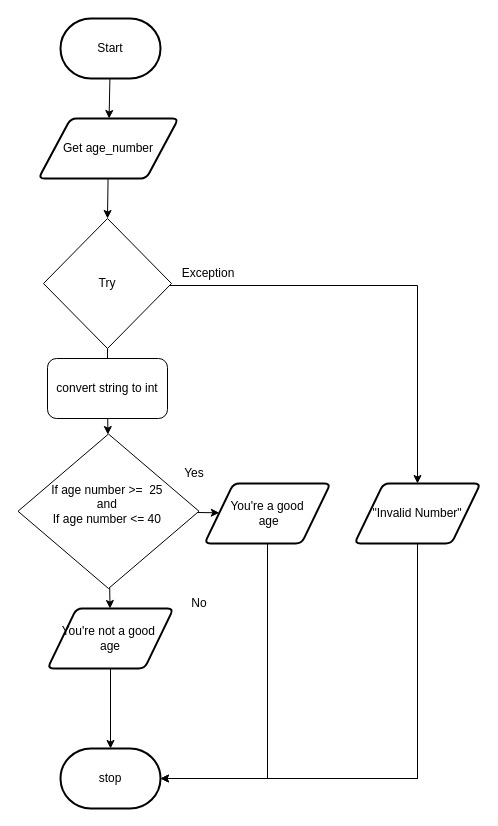
Before: FlowChart3-07FIXED.Drawio in JacksonNaufal/ICS3U-Unit3-07-Python, a draw.io diagram. Source tidied: cells renumbered, new cells numbered last; positions are measured from the earlier drawing's top-left corner, leaving out a move shared by most shapes. Both pictures are drawn from the tidied source at 100%, with x=0, y=0 at pixel (18, 18).
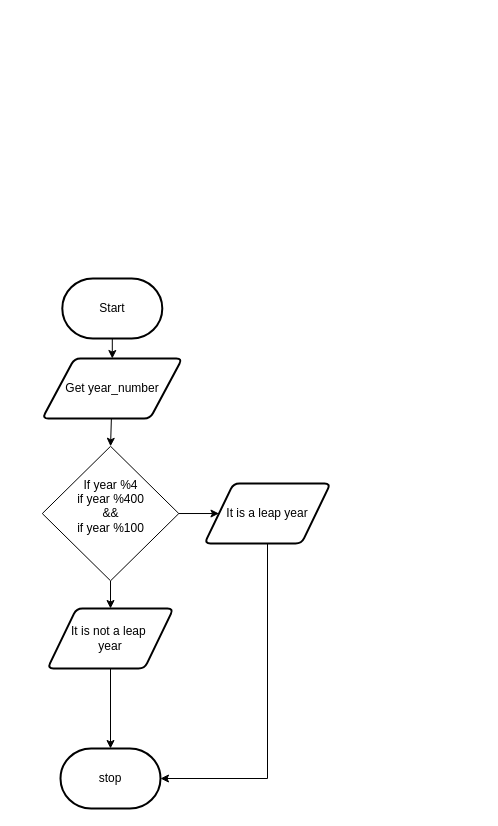
Above is the later version.

Commit message (it also covers changes not shown here):
got rid of uselesss file

Unchanged cells that the change refers to:
```xml
<mxCell id="9" value="stop" style="strokeWidth=2;html=1;shape=mxgraph.flowchart.terminator;whiteSpace=wrap;rounded=1;" parent="1" vertex="1">
  <mxGeometry x="42" y="730" width="100" height="60" as="geometry" />
</mxCell>
```

What changed in the source:
```diff
@@
     <mxCell id="3" value="Start" style="strokeWidth=2;html=1;shape=mxgraph.flowchart.terminator;whiteSpace=wrap;" parent="1" vertex="1">
-      <mxGeometry x="42" width="100" height="60" as="geometry" />
+      <mxGeometry x="43.8" y="260" width="100" height="60" as="geometry" />
     </mxCell>
-    <mxCell id="4" style="edgeStyle=none;html=1;entryX=0.5;entryY=0;entryDx=0;entryDy=0;" parent="1" edge="1" source="5" target="19">
-      <mxGeometry relative="1" as="geometry" />
-    </mxCell>
+    <mxCell id="25" style="edgeStyle=none;html=1;entryX=0.5;entryY=0;entryDx=0;entryDy=0;" parent="1" edge="1" source="5" target="12">
+      <mxGeometry relative="1" as="geometry" />
+    </mxCell>
-    <mxCell id="5" value="Get age_number" style="shape=parallelogram;html=1;strokeWidth=2;perimeter=parallelogramPerimeter;whiteSpace=wrap;rounded=1;arcSize=12;size=0.23;" parent="1" vertex="1">
-      <mxGeometry x="20" y="100" width="140" height="60" as="geometry" />
+    <mxCell id="5" value="Get year_number" style="shape=parallelogram;html=1;strokeWidth=2;perimeter=parallelogramPerimeter;whiteSpace=wrap;rounded=1;arcSize=12;size=0.23;" parent="1" vertex="1">
+      <mxGeometry x="23.8" y="340" width="140" height="60" as="geometry" />
     </mxCell>
@@
-    <mxCell id="8" value="You're not a good&amp;nbsp;&lt;br&gt;age" style="shape=parallelogram;html=1;strokeWidth=2;perimeter=parallelogramPerimeter;whiteSpace=wrap;rounded=1;arcSize=12;size=0.23;" parent="1" vertex="1">
+    <mxCell id="8" value="It is not a leap&amp;nbsp;&lt;br&gt;year" style="shape=parallelogram;html=1;strokeWidth=2;perimeter=parallelogramPerimeter;whiteSpace=wrap;rounded=1;arcSize=12;size=0.23;" parent="1" vertex="1">
       <mxGeometry x="29" y="590" width="126" height="60" as="geometry" />
     </mxCell>
@@
-    <mxCell id="12" value="If age number &amp;gt;=&amp;nbsp; 25&amp;nbsp;&lt;br&gt;and&amp;nbsp;&lt;br&gt;If age number &amp;lt;= 40&amp;nbsp;&lt;br&gt;&amp;nbsp;" style="rhombus;whiteSpace=wrap;html=1;" parent="1" vertex="1">
-      <mxGeometry x="-0.5" y="415.5" width="181" height="154.5" as="geometry" />
+    <mxCell id="12" value="&lt;br&gt;If year %4&lt;br&gt;if year %400&lt;br&gt;&amp;amp;&amp;amp;&lt;br&gt;if year %100&lt;br&gt;&lt;br&gt;&amp;nbsp;" style="rhombus;whiteSpace=wrap;html=1;" parent="1" vertex="1">
+      <mxGeometry x="23.8" y="427.8" width="136.5" height="134.5" as="geometry" />
     </mxCell>
-    <mxCell id="13" value="No" style="text;html=1;strokeColor=none;fillColor=none;align=center;verticalAlign=middle;whiteSpace=wrap;rounded=0;fontSize=12;" parent="1" vertex="1">
-      <mxGeometry x="151" y="570" width="60" height="30" as="geometry" />
-    </mxCell>
-    <mxCell id="14" value="Yes" style="text;html=1;strokeColor=none;fillColor=none;align=center;verticalAlign=middle;whiteSpace=wrap;rounded=0;fontSize=12;" parent="1" vertex="1">
-      <mxGeometry x="146" y="440" width="60" height="30" as="geometry" />
-    </mxCell>
@@
-    <mxCell id="16" value="You're a good&lt;br&gt;&amp;nbsp;age&lt;br&gt;" style="shape=parallelogram;html=1;strokeWidth=2;perimeter=parallelogramPerimeter;whiteSpace=wrap;rounded=1;arcSize=12;size=0.23;" parent="1" vertex="1">
+    <mxCell id="16" value="It is a leap year" style="shape=parallelogram;html=1;strokeWidth=2;perimeter=parallelogramPerimeter;whiteSpace=wrap;rounded=1;arcSize=12;size=0.23;" parent="1" vertex="1">
       <mxGeometry x="186" y="465" width="126" height="60" as="geometry" />
     </mxCell>
-    <mxCell id="17" style="edgeStyle=none;html=1;startArrow=none;" parent="1" edge="1" source="24" target="12">
-      <mxGeometry relative="1" as="geometry" />
-    </mxCell>
-    <mxCell id="18" style="edgeStyle=none;html=1;entryX=0.5;entryY=0;entryDx=0;entryDy=0;rounded=0;" parent="1" edge="1" target="23">
-      <mxGeometry relative="1" as="geometry">
-        <mxPoint x="150.1" y="267" as="sourcePoint" />
-        <Array as="points">
-          <mxPoint x="399" y="267" />
-        </Array>
-      </mxGeometry>
-    </mxCell>
-    <mxCell id="19" value="&lt;span style=&quot;font-weight: normal&quot;&gt;Try&lt;/span&gt;" style="rhombus;whiteSpace=wrap;html=1;fontStyle=1;" parent="1" vertex="1">
-      <mxGeometry x="25" y="200" width="128" height="130" as="geometry" />
-    </mxCell>
-    <mxCell id="20" value="Exception" style="text;html=1;strokeColor=none;fillColor=none;align=center;verticalAlign=middle;whiteSpace=wrap;rounded=0;fontSize=12;" parent="1" vertex="1">
-      <mxGeometry x="160" y="240" width="60" height="30" as="geometry" />
-    </mxCell>
-    <mxCell id="21" style="edgeStyle=none;html=1;entryX=1;entryY=0.5;entryDx=0;entryDy=0;entryPerimeter=0;" parent="1" edge="1" target="9">
-      <mxGeometry relative="1" as="geometry">
-        <mxPoint x="399.5" y="760" as="sourcePoint" />
-      </mxGeometry>
-    </mxCell>
-    <mxCell id="22" style="edgeStyle=none;html=1;endArrow=none;endFill=0;" parent="1" edge="1" source="23">
-      <mxGeometry relative="1" as="geometry">
-        <mxPoint x="399" y="760" as="targetPoint" />
-      </mxGeometry>
-    </mxCell>
-    <mxCell id="23" value="&quot;Invalid Number&quot;" style="shape=parallelogram;html=1;strokeWidth=2;perimeter=parallelogramPerimeter;whiteSpace=wrap;rounded=1;arcSize=12;size=0.23;" parent="1" vertex="1">
-      <mxGeometry x="336" y="465" width="126" height="60" as="geometry" />
-    </mxCell>
-    <mxCell id="24" value="convert string to int" style="rounded=1;whiteSpace=wrap;html=1;" parent="1" vertex="1">
-      <mxGeometry x="29" y="340" width="120" height="60" as="geometry" />
-    </mxCell>
-    <mxCell id="25" style="edgeStyle=none;html=1;endArrow=none;" parent="1" edge="1" source="19" target="24">
-      <mxGeometry relative="1" as="geometry" />
-    </mxCell>
```
